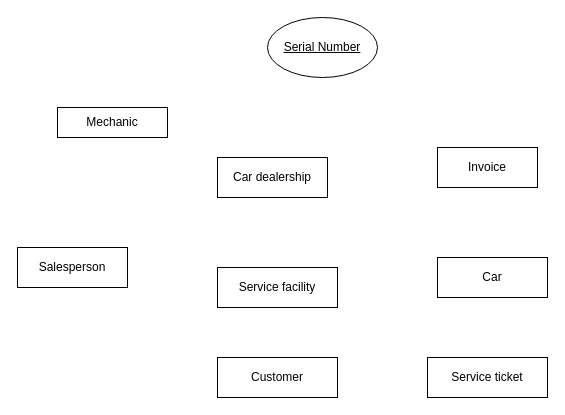
ImaDeSara/ImaDeSara keeps this draw.io diagram as DS3 Activity 3.5 ER Diagram.drawio. Above is the earlier version. Source tidied: cells renumbered, new cells numbered last; positions are measured from the earlier drawing's top-left corner, leaving out a move shared by most shapes. Both pictures are drawn from the tidied source at 100%, with x=0, y=0 at pixel (17, 17).
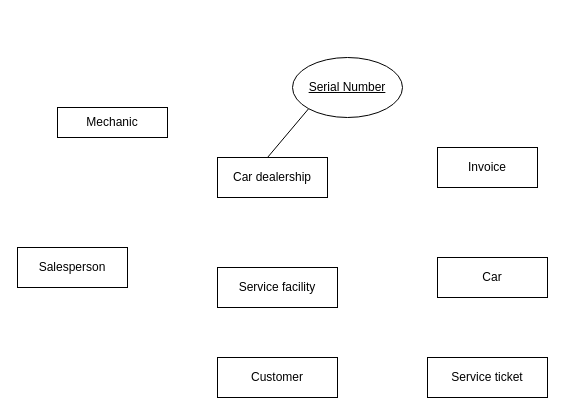
After the change.

Change to the diagram source:
```diff
@@
 <mxGraphModel>
   <root>
     <mxCell id="0" />
     <mxCell id="1" parent="0" />
     <mxCell id="2" value="Car dealership" style="rounded=0;whiteSpace=wrap;html=1;" parent="1" vertex="1">
       <mxGeometry x="200" y="140" width="110" height="40" as="geometry" />
     </mxCell>
     <mxCell id="3" value="Service facility" style="rounded=0;whiteSpace=wrap;html=1;" parent="1" vertex="1">
       <mxGeometry x="200" y="250" width="120" height="40" as="geometry" />
     </mxCell>
     <mxCell id="4" value="Car" style="rounded=0;whiteSpace=wrap;html=1;" parent="1" vertex="1">
       <mxGeometry x="420" y="240" width="110" height="40" as="geometry" />
     </mxCell>
     <mxCell id="5" value="Salesperson" style="rounded=0;whiteSpace=wrap;html=1;" parent="1" vertex="1">
       <mxGeometry y="230" width="110" height="40" as="geometry" />
     </mxCell>
     <mxCell id="6" value="Invoice" style="rounded=0;whiteSpace=wrap;html=1;" parent="1" vertex="1">
       <mxGeometry x="420" y="130" width="100" height="40" as="geometry" />
     </mxCell>
     <mxCell id="7" value="Mechanic" style="rounded=0;whiteSpace=wrap;html=1;" parent="1" vertex="1">
       <mxGeometry x="40" y="90" width="110" height="30" as="geometry" />
     </mxCell>
     <mxCell id="8" value="Customer" style="rounded=0;whiteSpace=wrap;html=1;" parent="1" vertex="1">
       <mxGeometry x="200" y="340" width="120" height="40" as="geometry" />
     </mxCell>
     <mxCell id="9" value="Service ticket" style="rounded=0;whiteSpace=wrap;html=1;" parent="1" vertex="1">
       <mxGeometry x="410" y="340" width="120" height="40" as="geometry" />
     </mxCell>
     <mxCell id="10" value="&lt;u&gt;Serial Number&lt;/u&gt;" style="ellipse;whiteSpace=wrap;html=1;" parent="1" vertex="1">
-      <mxGeometry x="250" width="110" height="60" as="geometry" />
+      <mxGeometry x="275" y="40" width="110" height="60" as="geometry" />
     </mxCell>
+    <mxCell id="11" style="endArrow=none;html=1;rounded=0;entryX=0;entryY=1;entryDx=0;entryDy=0;" parent="1" edge="1" target="10">
+      <mxGeometry relative="1" as="geometry">
+        <mxPoint x="250" y="140" as="sourcePoint" />
+      </mxGeometry>
+    </mxCell>
   </root>
 </mxGraphModel>
```
